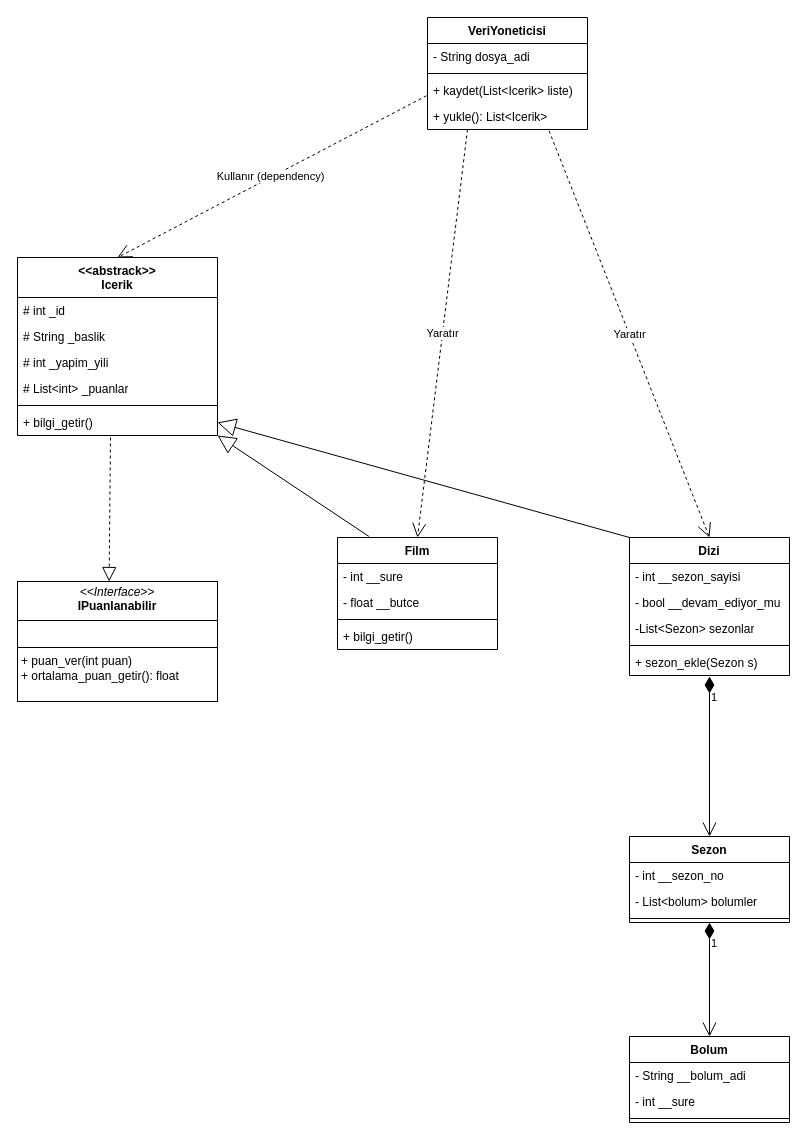
This is film_arşiv_otomasyonu.drawio from mvelinamli/film_arsiv_otomasyonu, a draw.io file, before an edit. Source tidied: cells renumbered, new cells numbered last; positions are measured from the earlier drawing's top-left corner, leaving out a move shared by most shapes. Both pictures are drawn from the tidied source at 100%, with x=0, y=0 at pixel (17, 17).
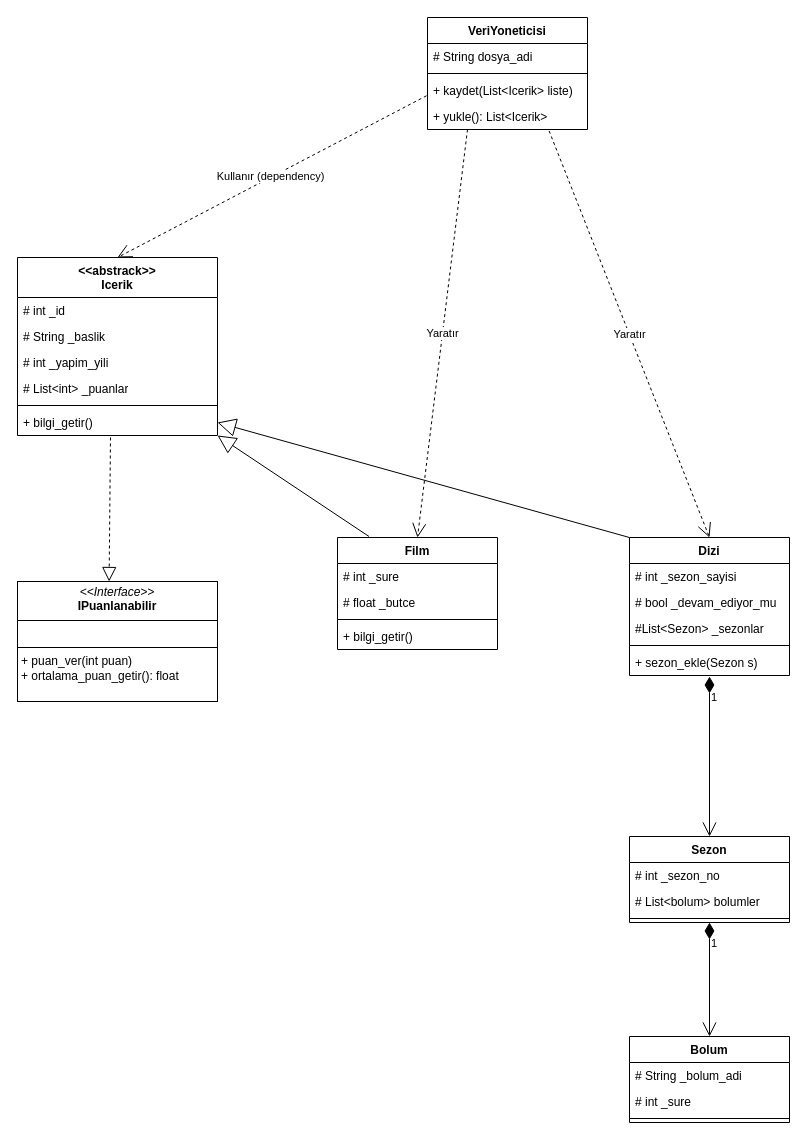
The same diagram, later.

Unchanged cells that the change refers to:
```xml
<mxCell id="2" value="VeriYoneticisi" style="swimlane;fontStyle=1;align=center;verticalAlign=top;horizontal=1;startSize=26;whiteSpace=wrap;html=1;" parent="1" vertex="1">
  <mxGeometry x="410" width="160" height="112" as="geometry" />
</mxCell>
<mxCell id="15" value="Film" style="swimlane;fontStyle=1;align=center;verticalAlign=top;horizontal=1;startSize=26;whiteSpace=wrap;html=1;" parent="1" vertex="1">
  <mxGeometry x="320" y="520" width="160" height="112" as="geometry" />
</mxCell>
<mxCell id="20" value="Dizi" style="swimlane;fontStyle=1;align=center;verticalAlign=top;horizontal=1;startSize=26;whiteSpace=wrap;html=1;" parent="1" vertex="1">
  <mxGeometry x="612" y="520" width="160" height="138" as="geometry" />
</mxCell>
<mxCell id="26" value="Sezon" style="swimlane;fontStyle=1;align=center;verticalAlign=top;horizontal=1;startSize=26;whiteSpace=wrap;html=1;" parent="1" vertex="1">
  <mxGeometry x="612" y="819" width="160" height="86" as="geometry" />
</mxCell>
<mxCell id="30" value="Bolum" style="swimlane;fontStyle=1;align=center;verticalAlign=top;horizontal=1;startSize=26;whiteSpace=wrap;html=1;" parent="1" vertex="1">
  <mxGeometry x="612" y="1019" width="160" height="86" as="geometry" />
</mxCell>
```

The edit, as a diff of the source:
```diff
@@
-    <mxCell id="3" value="- String dosya_adi" style="text;strokeColor=none;fillColor=none;align=left;verticalAlign=top;spacingLeft=4;spacingRight=4;overflow=hidden;whiteSpace=wrap;html=1;" parent="2" vertex="1">
+    <mxCell id="3" value="# String dosya_adi" style="text;strokeColor=none;fillColor=none;align=left;verticalAlign=top;spacingLeft=4;spacingRight=4;overflow=hidden;whiteSpace=wrap;html=1;" parent="2" vertex="1">
       <mxGeometry y="26" width="160" height="26" as="geometry" />
     </mxCell>
@@
-    <mxCell id="16" value="- int __sure" style="text;strokeColor=none;fillColor=none;align=left;verticalAlign=top;spacingLeft=4;spacingRight=4;overflow=hidden;whiteSpace=wrap;html=1;" parent="15" vertex="1">
+    <mxCell id="16" value="# int _sure" style="text;strokeColor=none;fillColor=none;align=left;verticalAlign=top;spacingLeft=4;spacingRight=4;overflow=hidden;whiteSpace=wrap;html=1;" parent="15" vertex="1">
       <mxGeometry y="26" width="160" height="26" as="geometry" />
     </mxCell>
-    <mxCell id="17" value="- float __butce" style="text;strokeColor=none;fillColor=none;align=left;verticalAlign=top;spacingLeft=4;spacingRight=4;overflow=hidden;whiteSpace=wrap;html=1;" parent="15" vertex="1">
+    <mxCell id="17" value="# float _butce" style="text;strokeColor=none;fillColor=none;align=left;verticalAlign=top;spacingLeft=4;spacingRight=4;overflow=hidden;whiteSpace=wrap;html=1;" parent="15" vertex="1">
       <mxGeometry y="52" width="160" height="26" as="geometry" />
     </mxCell>
@@
-    <mxCell id="21" value="- int __sezon_sayisi" style="text;strokeColor=none;fillColor=none;align=left;verticalAlign=top;spacingLeft=4;spacingRight=4;overflow=hidden;whiteSpace=wrap;html=1;" parent="20" vertex="1">
+    <mxCell id="21" value="# int _sezon_sayisi" style="text;strokeColor=none;fillColor=none;align=left;verticalAlign=top;spacingLeft=4;spacingRight=4;overflow=hidden;whiteSpace=wrap;html=1;" parent="20" vertex="1">
       <mxGeometry y="26" width="160" height="26" as="geometry" />
     </mxCell>
-    <mxCell id="22" value="- bool __devam_ediyor_mu" style="text;strokeColor=none;fillColor=none;align=left;verticalAlign=top;spacingLeft=4;spacingRight=4;overflow=hidden;whiteSpace=wrap;html=1;" parent="20" vertex="1">
+    <mxCell id="22" value="# bool _devam_ediyor_mu" style="text;strokeColor=none;fillColor=none;align=left;verticalAlign=top;spacingLeft=4;spacingRight=4;overflow=hidden;whiteSpace=wrap;html=1;" parent="20" vertex="1">
       <mxGeometry y="52" width="160" height="26" as="geometry" />
     </mxCell>
-    <mxCell id="23" value="-List&amp;lt;Sezon&amp;gt; sezonlar" style="text;strokeColor=none;fillColor=none;align=left;verticalAlign=top;spacingLeft=4;spacingRight=4;overflow=hidden;whiteSpace=wrap;html=1;" parent="20" vertex="1">
+    <mxCell id="23" value="#List&amp;lt;Sezon&amp;gt; _sezonlar" style="text;strokeColor=none;fillColor=none;align=left;verticalAlign=top;spacingLeft=4;spacingRight=4;overflow=hidden;whiteSpace=wrap;html=1;" parent="20" vertex="1">
       <mxGeometry y="78" width="160" height="26" as="geometry" />
     </mxCell>
@@
-    <mxCell id="27" value="- int __sezon_no" style="text;strokeColor=none;fillColor=none;align=left;verticalAlign=top;spacingLeft=4;spacingRight=4;overflow=hidden;whiteSpace=wrap;html=1;" parent="26" vertex="1">
+    <mxCell id="27" value="# int _sezon_no" style="text;strokeColor=none;fillColor=none;align=left;verticalAlign=top;spacingLeft=4;spacingRight=4;overflow=hidden;whiteSpace=wrap;html=1;" parent="26" vertex="1">
       <mxGeometry y="26" width="160" height="26" as="geometry" />
     </mxCell>
-    <mxCell id="28" value="- List&amp;lt;bolum&amp;gt; bolumler" style="text;strokeColor=none;fillColor=none;align=left;verticalAlign=top;spacingLeft=4;spacingRight=4;overflow=hidden;whiteSpace=wrap;html=1;" parent="26" vertex="1">
+    <mxCell id="28" value="# List&amp;lt;bolum&amp;gt; bolumler" style="text;strokeColor=none;fillColor=none;align=left;verticalAlign=top;spacingLeft=4;spacingRight=4;overflow=hidden;whiteSpace=wrap;html=1;" parent="26" vertex="1">
       <mxGeometry y="52" width="160" height="26" as="geometry" />
     </mxCell>
@@
-    <mxCell id="31" value="- String __bolum_adi" style="text;strokeColor=none;fillColor=none;align=left;verticalAlign=top;spacingLeft=4;spacingRight=4;overflow=hidden;whiteSpace=wrap;html=1;" parent="30" vertex="1">
+    <mxCell id="31" value="# String _bolum_adi" style="text;strokeColor=none;fillColor=none;align=left;verticalAlign=top;spacingLeft=4;spacingRight=4;overflow=hidden;whiteSpace=wrap;html=1;" parent="30" vertex="1">
       <mxGeometry y="26" width="160" height="26" as="geometry" />
     </mxCell>
-    <mxCell id="32" value="- int __sure" style="text;strokeColor=none;fillColor=none;align=left;verticalAlign=top;spacingLeft=4;spacingRight=4;overflow=hidden;whiteSpace=wrap;html=1;" parent="30" vertex="1">
+    <mxCell id="32" value="# int _sure" style="text;strokeColor=none;fillColor=none;align=left;verticalAlign=top;spacingLeft=4;spacingRight=4;overflow=hidden;whiteSpace=wrap;html=1;" parent="30" vertex="1">
       <mxGeometry y="52" width="160" height="26" as="geometry" />
     </mxCell>
```
